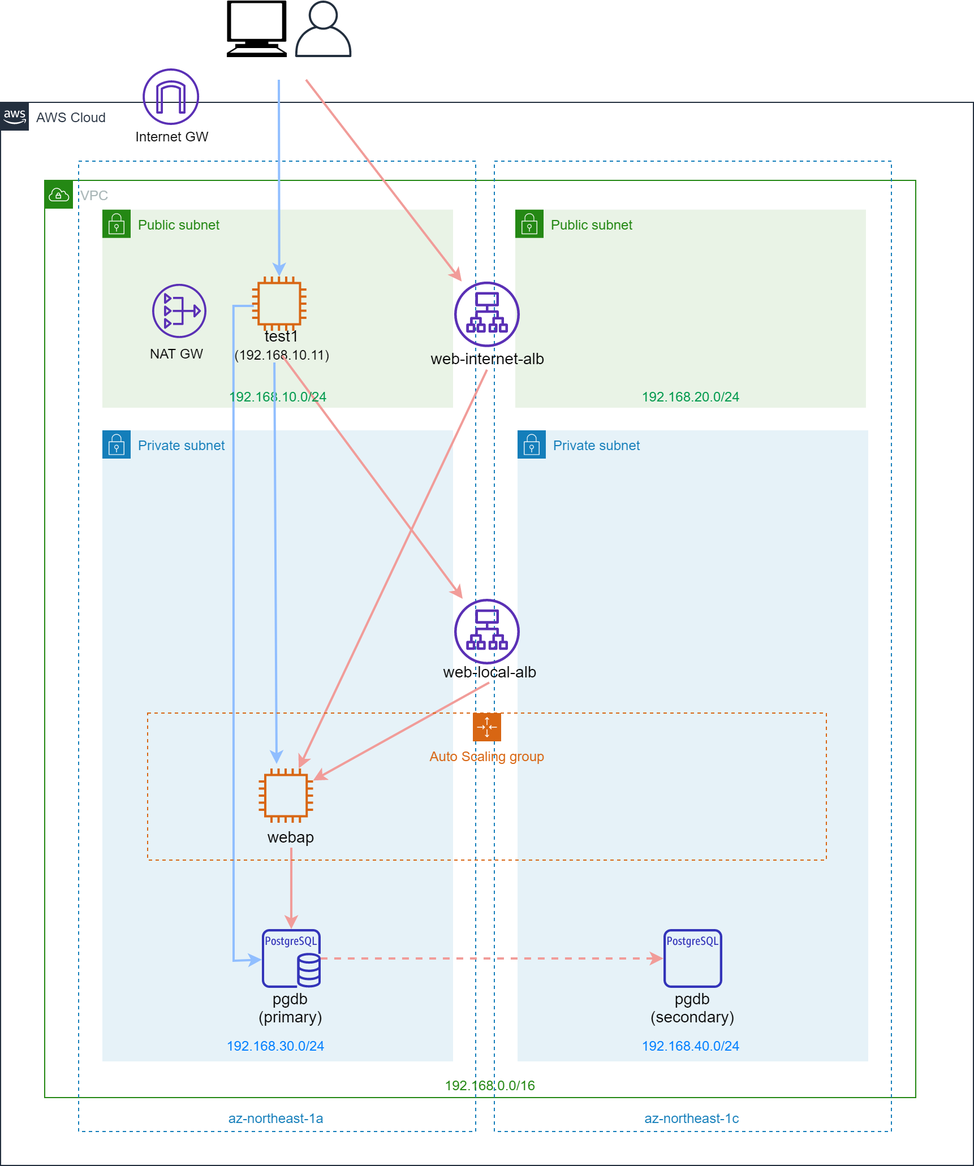
Above: AWS構成.png in muroya2355/aws_performance_test (draw.io), before the change. Source tidied: cells renumbered, new cells last; positions are measured from the earlier drawing's top-left corner, leaving out a move shared by most shapes.
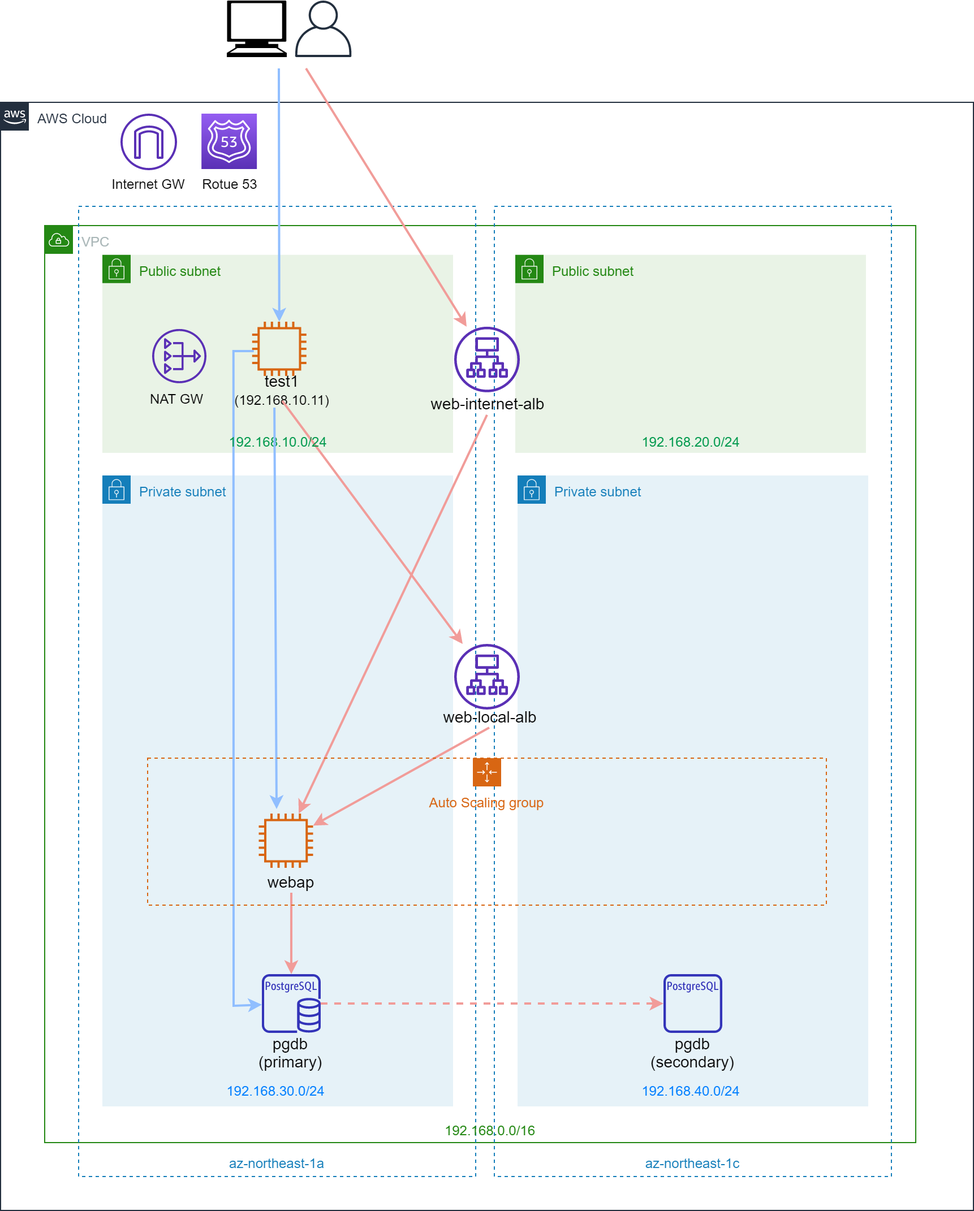
After the change.

The edit, as a diff of the source:
```diff
@@ -6,7 +6,7 @@
       <mxGeometry x="455" y="184.9" width="310" height="175.1" as="geometry" />
     </mxCell>
     <mxCell id="3" value="AWS Cloud" style="gradientColor=none;html=1;whiteSpace=wrap;fontSize=12;fontStyle=0;shape=mxgraph.aws4.group;grIcon=mxgraph.aws4.group_aws_cloud_alt;strokeColor=#232F3E;fillColor=none;verticalAlign=top;align=left;spacingLeft=30;fontColor=#232F3E;dashed=0;" parent="1" vertex="1">
-      <mxGeometry y="90" width="860" height="940" as="geometry" />
+      <mxGeometry y="50" width="860" height="980" as="geometry" />
     </mxCell>
     <mxCell id="4" value="VPC" style="gradientColor=none;html=1;whiteSpace=wrap;fontSize=12;fontStyle=0;shape=mxgraph.aws4.group;grIcon=mxgraph.aws4.group_vpc;strokeColor=#248814;fillColor=none;verticalAlign=top;align=left;spacingLeft=30;fontColor=#AAB7B8;dashed=0;" parent="1" vertex="1">
       <mxGeometry x="39" y="159" width="770" height="811" as="geometry" />
@@ -63,7 +63,7 @@
       <mxGeometry x="193" y="294" width="112" height="20" as="geometry" />
     </mxCell>
     <mxCell id="22" style="fontColor=#232F3E;gradientColor=none;fillColor=#232F3E;strokeColor=none;dashed=0;verticalLabelPosition=bottom;verticalAlign=top;align=center;html=1;fontSize=12;fontStyle=0;shape=mxgraph.aws4.user;" parent="1" vertex="1">
-      <mxGeometry x="260.4" width="50" height="50" as="geometry" />
+      <mxGeometry x="260.4" y="-40" width="50" height="50" as="geometry" />
     </mxCell>
     <mxCell id="23" style="fontColor=#232F3E;gradientColor=none;fillColor=#5A30B5;strokeColor=none;dashed=0;verticalLabelPosition=bottom;verticalAlign=top;align=center;html=1;fontSize=12;fontStyle=0;shape=mxgraph.aws4.nat_gateway;" parent="1" vertex="1">
       <mxGeometry x="134" y="250.4" width="48" height="48" as="geometry" />
@@ -72,10 +72,10 @@
       <mxGeometry x="115" y="302.4" width="80" height="20" as="geometry" />
     </mxCell>
     <mxCell id="25" style="fontColor=#232F3E;gradientColor=none;fillColor=#5A30B5;strokeColor=none;dashed=0;verticalLabelPosition=bottom;verticalAlign=top;align=center;fontSize=12;fontStyle=0;shape=mxgraph.aws4.internet_gateway;" parent="1" vertex="1">
-      <mxGeometry x="125.6" y="60" width="50" height="50" as="geometry" />
+      <mxGeometry x="106" y="60" width="50" height="50" as="geometry" />
     </mxCell>
     <mxCell id="26" value="Internet GW" style="text;html=1;strokeColor=none;fillColor=none;align=center;verticalAlign=middle;whiteSpace=wrap;rounded=0;" parent="1" vertex="1">
-      <mxGeometry x="110.6" y="110" width="80" height="20" as="geometry" />
+      <mxGeometry x="89.6" y="112" width="80" height="20" as="geometry" />
     </mxCell>
     <mxCell id="27" style="outlineConnect=0;fontColor=#232F3E;gradientColor=none;fillColor=#5A30B5;strokeColor=none;dashed=0;verticalLabelPosition=bottom;verticalAlign=top;align=center;html=1;fontSize=12;fontStyle=0;shape=mxgraph.aws4.application_load_balancer;" parent="1" vertex="1">
       <mxGeometry x="401" y="529" width="58" height="58" as="geometry" />
@@ -97,7 +97,7 @@
     </mxCell>
     <mxCell id="33" style="endArrow=classic;html=1;strokeWidth=2;strokeColor=#90BEFF;" parent="1" edge="1" target="20">
       <mxGeometry relative="1" as="geometry">
-        <mxPoint x="246" y="70" as="sourcePoint" />
+        <mxPoint x="246" y="20" as="sourcePoint" />
       </mxGeometry>
     </mxCell>
     <mxCell id="34" style="endArrow=classic;html=1;strokeWidth=2;strokeColor=#F19C99;exitX=0.5;exitY=1;exitDx=0;exitDy=0;" parent="1" edge="1" source="21" target="27">
@@ -122,11 +122,11 @@
       <mxGeometry relative="1" as="geometry" />
     </mxCell>
     <mxCell id="41" style="shape=mxgraph.signs.tech.computer;html=1;fillColor=#000000;strokeColor=none;verticalLabelPosition=bottom;verticalAlign=top;align=center;fontSize=14;" parent="1" vertex="1">
-      <mxGeometry x="200" width="53" height="50" as="geometry" />
+      <mxGeometry x="200" y="-40" width="53" height="50" as="geometry" />
     </mxCell>
     <mxCell id="42" style="endArrow=classic;html=1;strokeWidth=2;strokeColor=#F19C99;" parent="1" edge="1" target="38">
       <mxGeometry relative="1" as="geometry">
-        <mxPoint x="270" y="70" as="sourcePoint" />
+        <mxPoint x="270" y="20" as="sourcePoint" />
       </mxGeometry>
     </mxCell>
     <mxCell id="43" style="endArrow=classic;html=1;strokeWidth=2;strokeColor=#90BEFF;rounded=0;" parent="1" edge="1" target="29">
@@ -152,6 +152,12 @@
     <mxCell id="47" value="Auto Scaling group" style="gradientColor=none;html=1;whiteSpace=wrap;fontSize=12;fontStyle=0;shape=mxgraph.aws4.groupCenter;grIcon=mxgraph.aws4.group_auto_scaling_group;grStroke=1;strokeColor=#D86613;fillColor=none;verticalAlign=top;align=center;fontColor=#D86613;dashed=1;spacingTop=25;" parent="1" vertex="1">
       <mxGeometry x="130" y="630" width="600" height="130" as="geometry" />
     </mxCell>
+    <mxCell id="50" style="fontColor=#232F3E;gradientColor=#945DF2;gradientDirection=north;fillColor=#5A30B5;strokeColor=#ffffff;dashed=0;verticalLabelPosition=bottom;verticalAlign=top;align=center;html=1;fontSize=12;fontStyle=0;shape=mxgraph.aws4.resourceIcon;resIcon=mxgraph.aws4.route_53;" parent="1" vertex="1">
+      <mxGeometry x="177.6" y="60" width="49" height="49" as="geometry" />
+    </mxCell>
+    <mxCell id="51" value="Rotue 53" style="text;html=1;strokeColor=none;fillColor=none;align=center;verticalAlign=middle;whiteSpace=wrap;rounded=0;" parent="1" vertex="1">
+      <mxGeometry x="173.1" y="112" width="57.9" height="20" as="geometry" />
+    </mxCell>
     <mxCell id="48" value="名称未設定レイヤ" parent="0" />
     <mxCell id="49" value="名称未設定レイヤ" parent="0" />
   </root>
```
